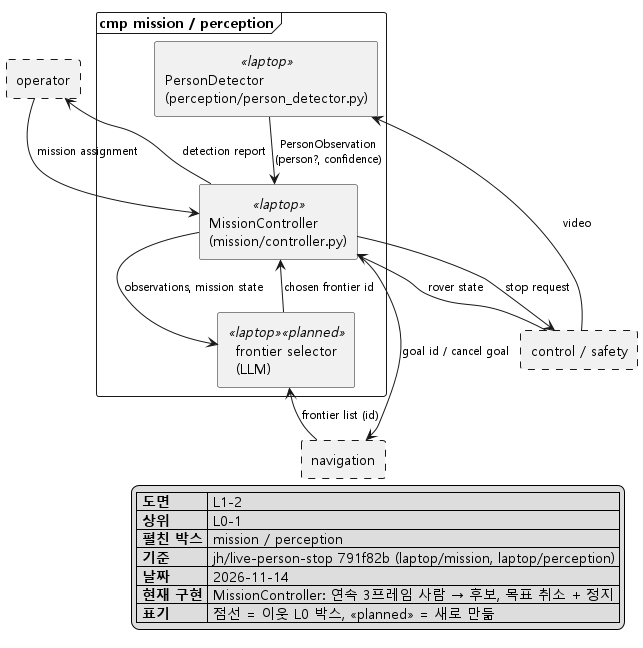
Above: docs/architecture/png/L1-2_mission_perception.png in Ruysong/autonomous-rescue-rover (PlantUML), before the change. Its diagram source:
```plantuml
@startuml L1-2_mission_perception
!pragma layout smetana
skinparam monochrome true
skinparam shadowing false
skinparam defaultFontName "Malgun Gothic"
skinparam componentStyle rectangle
skinparam ArrowFontSize 11
top to bottom direction

rectangle "operator" as OPERATOR #line.dashed

frame "cmp mission / perception" {
  component "PersonDetector\n(perception/person_detector.py)" <<laptop>> as DETECT
  component "MissionController\n(mission/controller.py)" <<laptop>> as MC
  component "frontier selector\n(LLM)" <<laptop>> <<planned>> as LLM
}

rectangle "navigation" as NAV #line.dashed
rectangle "control / safety" as CONTROL #line.dashed

OPERATOR --> MC : mission assignment
MC -up-> OPERATOR : detection report

CONTROL -up-> DETECT : video
DETECT --> MC : PersonObservation\n(person?, confidence)
CONTROL -up-> MC : rover state

NAV -up-> LLM : frontier list (id)
MC --> LLM : observations, mission state
LLM --> MC : chosen frontier id
MC --> NAV : goal id / cancel goal
MC --> CONTROL : stop request

legend bottom right
  |= 도면 | L1-2 |
  |= 상위 | L0-1 |
  |= 펼친 박스 | mission / perception |
  |= 기준 | jh/live-person-stop 791f82b (laptop/mission, laptop/perception) |
  |= 날짜 | 2026-11-14 |
  |= 현재 구현 | MissionController: 연속 3프레임 사람 → 후보, 목표 취소 + 정지 |
  |= 표기 | 점선 = 이웃 L0 박스, <<planned>> = 새로 만듦 |
endlegend
@enduml
```
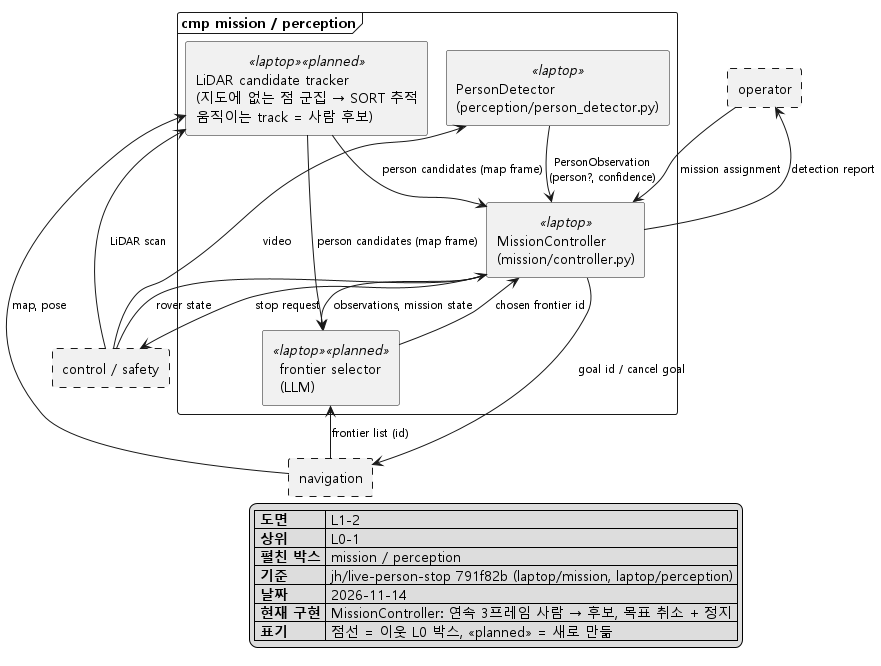
The same file after the commit.

Commit message:
docs: add LiDAR person candidate tracker to perception

Diff of the diagram source:
```diff
@@ -11,6 +11,7 @@
 
 frame "cmp mission / perception" {
   component "PersonDetector\n(perception/person_detector.py)" <<laptop>> as DETECT
+  component "LiDAR candidate tracker\n(지도에 없는 점 군집 → SORT 추적\n움직이는 track = 사람 후보)" <<laptop>> <<planned>> as TRACKER
   component "MissionController\n(mission/controller.py)" <<laptop>> as MC
   component "frontier selector\n(LLM)" <<laptop>> <<planned>> as LLM
 }
@@ -24,6 +25,11 @@
 CONTROL -up-> DETECT : video
 DETECT --> MC : PersonObservation\n(person?, confidence)
 CONTROL -up-> MC : rover state
+
+CONTROL -up-> TRACKER : LiDAR scan
+NAV -up-> TRACKER : map, pose
+TRACKER --> MC : person candidates (map frame)
+TRACKER --> LLM : person candidates (map frame)
 
 NAV -up-> LLM : frontier list (id)
 MC --> LLM : observations, mission state
```
